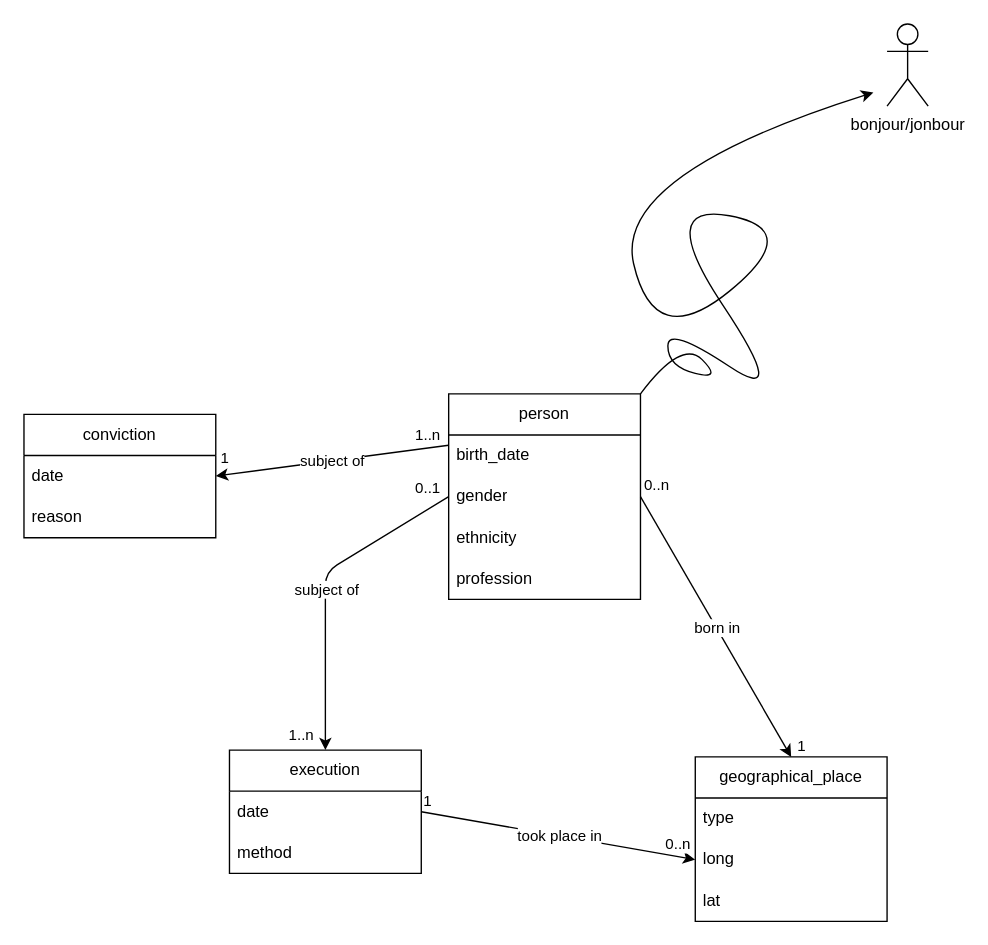
Above: documentation/diagramme.drawio in felileg/HN1_unine_2026 (draw.io), before the change. Source tidied: cells renumbered, new cells numbered last; positions are measured from the earlier drawing's top-left corner, leaving out a move shared by most shapes. Both pictures are drawn from the tidied source at 137%, with x=0, y=0 at pixel (23, 23).
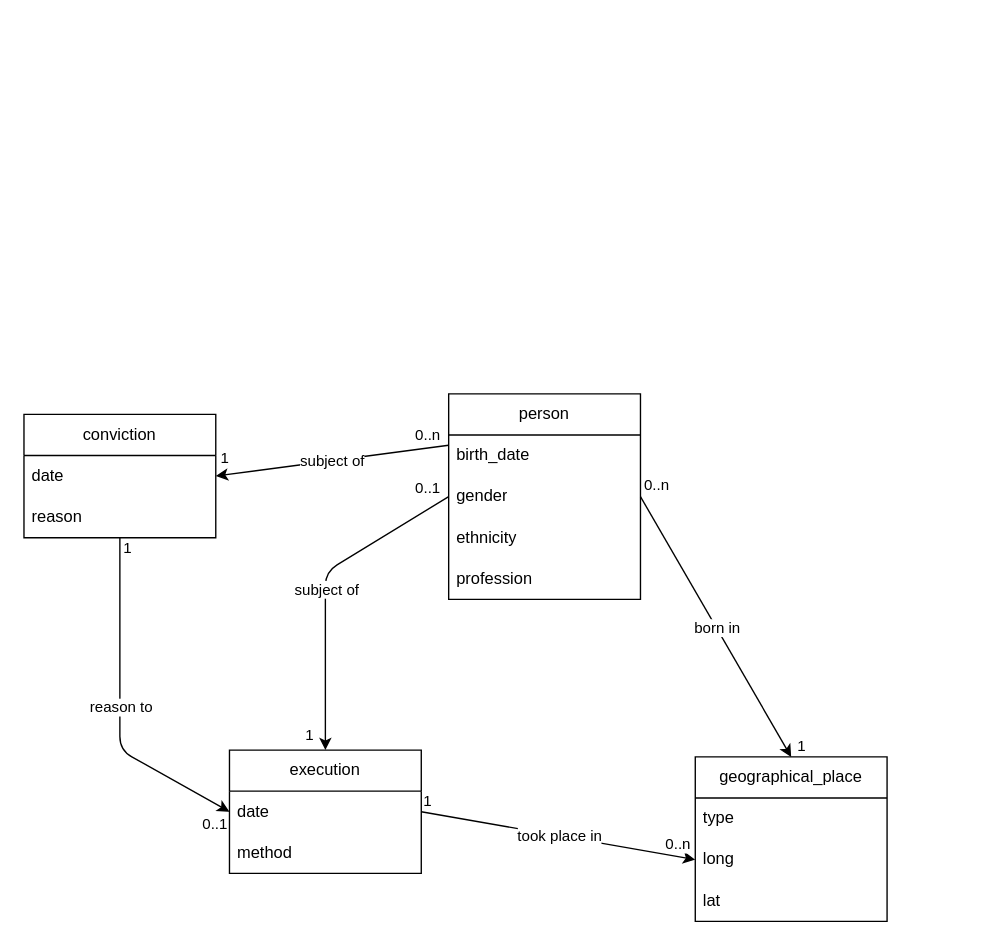
The same page after the edit.

Commit message (it also covers changes not shown here):
màj diagramme

Unchanged cells that the change refers to:
```xml
<mxCell id="12" value="date" style="text;strokeColor=none;fillColor=none;align=left;verticalAlign=middle;spacingLeft=4;spacingRight=4;overflow=hidden;points=[[0,0.5],[1,0.5]];portConstraint=eastwest;whiteSpace=wrap;html=1;" parent="11" vertex="1">
  <mxGeometry y="30" width="140" height="30" as="geometry" />
</mxCell>
<mxCell id="14" style="endArrow=classic;html=1;exitX=0;exitY=0.5;exitDx=0;exitDy=0;entryX=0.5;entryY=0;entryDx=0;entryDy=0;" parent="1" edge="1" source="8" target="11">
  <mxGeometry relative="1" as="geometry">
    <Array as="points">
      <mxPoint x="220" y="400" />
    </Array>
  </mxGeometry>
</mxCell>
<mxCell id="26" value="conviction" style="swimlane;fontStyle=0;horizontal=1;startSize=30;whiteSpace=wrap;html=1;" parent="1" vertex="1">
  <mxGeometry y="285" width="140" height="90" as="geometry" />
</mxCell>
<mxCell id="31" style="endArrow=classic;html=1;exitX=0;exitY=0.25;exitDx=0;exitDy=0;entryX=1;entryY=0.5;entryDx=0;entryDy=0;" parent="1" edge="1" source="6" target="27">
  <mxGeometry relative="1" as="geometry" />
</mxCell>
```

The edit, as a diff of the source:
```diff
@@
-    <mxCell id="17" value="1..n" style="edgeLabel;html=1;align=right;verticalAlign=bottom;" parent="14" vertex="1">
+    <mxCell id="17" value="1" style="edgeLabel;html=1;align=right;verticalAlign=bottom;" parent="14" vertex="1">
       <mxGeometry x="1" relative="1" as="geometry">
         <mxPoint x="-8" y="-3" as="offset" />
       </mxGeometry>
     </mxCell>
@@
-    <mxCell id="29" value="bonjour/jonbour" style="shape=umlActor;verticalLabelPosition=bottom;verticalAlign=top;html=1;" parent="1" vertex="1">
-      <mxGeometry x="630" width="30" height="60" as="geometry" />
-    </mxCell>
-    <mxCell id="30" style="curved=1;endArrow=classic;html=1;" parent="1" edge="1">
-      <mxGeometry relative="1" as="geometry">
-        <mxPoint x="450" y="270" as="sourcePoint" />
-        <mxPoint x="620" y="50" as="targetPoint" />
-        <Array as="points">
-          <mxPoint x="480" y="230" />
-          <mxPoint x="510" y="260" />
-          <mxPoint x="470" y="250" />
-          <mxPoint x="470" y="220" />
-          <mxPoint x="560" y="280" />
-          <mxPoint x="460" y="130" />
-          <mxPoint x="570" y="150" />
-          <mxPoint x="460" y="240" />
-          <mxPoint x="430" y="110" />
-        </Array>
-      </mxGeometry>
-    </mxCell>
@@
-    <mxCell id="33" value="1..n" style="edgeLabel;html=1;align=left;verticalAlign=bottom;" parent="31" vertex="1">
+    <mxCell id="33" value="0..n" style="edgeLabel;html=1;align=left;verticalAlign=bottom;" parent="31" vertex="1">
       <mxGeometry x="-1" relative="1" as="geometry">
         <mxPoint x="-26" as="offset" />
       </mxGeometry>
     </mxCell>
@@
+    <mxCell id="35" style="endArrow=classic;html=1;exitX=0.5;exitY=1;exitDx=0;exitDy=0;entryX=0;entryY=0.5;entryDx=0;entryDy=0;" parent="1" edge="1" source="26" target="12">
+      <mxGeometry relative="1" as="geometry">
+        <Array as="points">
+          <mxPoint x="70" y="530" />
+        </Array>
+      </mxGeometry>
+    </mxCell>
+    <mxCell id="36" value="reason to" style="edgeLabel;html=1;align=center;verticalAlign=middle;" parent="35" vertex="1">
+      <mxGeometry relative="1" as="geometry" />
+    </mxCell>
+    <mxCell id="37" value="1" style="edgeLabel;html=1;align=left;verticalAlign=bottom;" parent="35" vertex="1">
+      <mxGeometry x="-1" relative="1" as="geometry">
+        <mxPoint x="1" y="16" as="offset" />
+      </mxGeometry>
+    </mxCell>
+    <mxCell id="38" value="0..1" style="edgeLabel;html=1;align=right;verticalAlign=bottom;" parent="35" vertex="1">
+      <mxGeometry x="1" relative="1" as="geometry">
+        <mxPoint x="-1" y="17" as="offset" />
+      </mxGeometry>
+    </mxCell>
```
